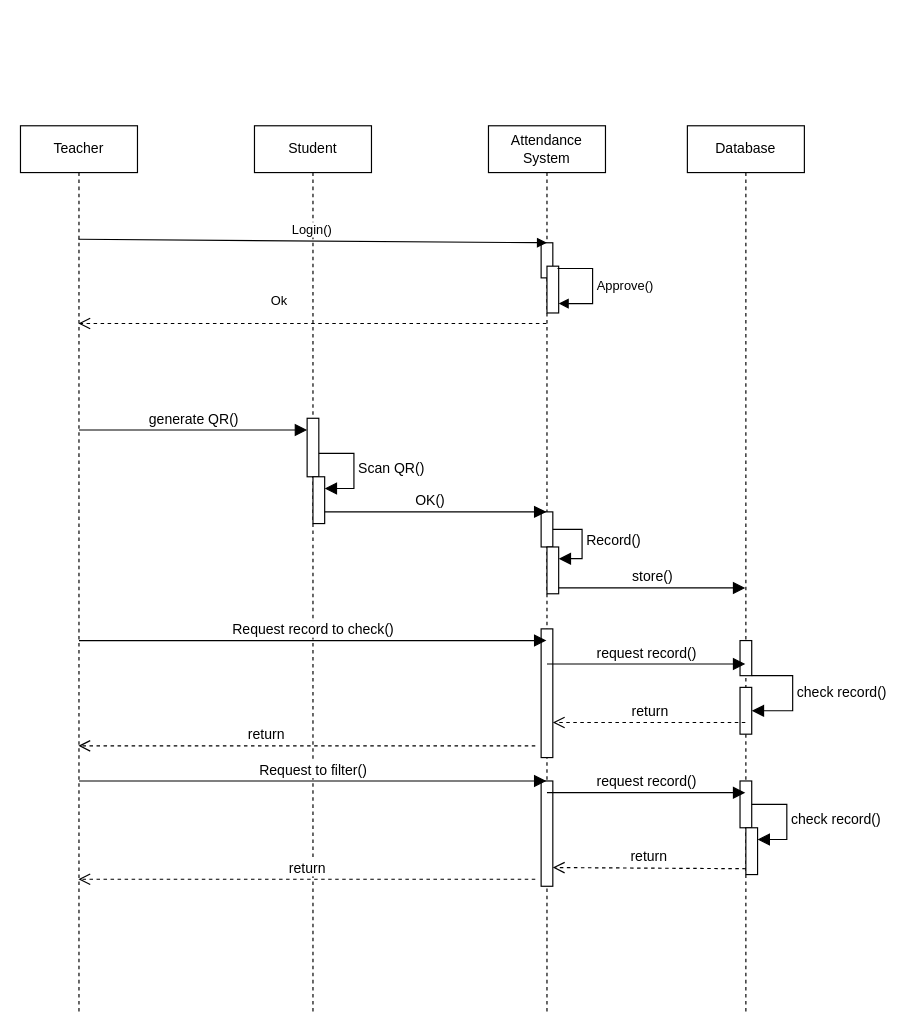
KhunMaungNgwee/InternShipProject keeps this draw.io diagram as Sequence Diagram.drawio. Above is the earlier version. Source tidied: cells renumbered, new cells numbered last; positions are measured from the earlier drawing's top-left corner, leaving out a move shared by most shapes. Both pictures are drawn from the tidied source at 117%, with x=0, y=0 at pixel (20, 125).
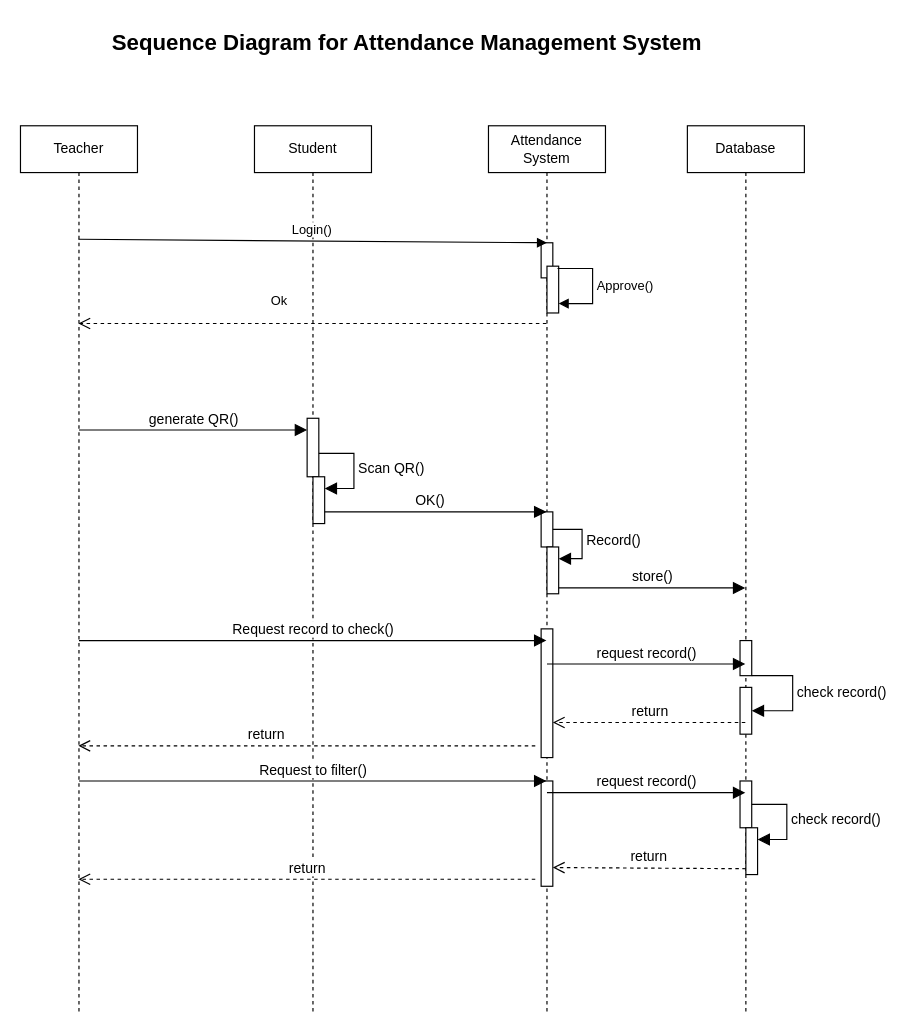
After the change.

Diff of the diagram source:
```diff
@@
+    <mxCell id="36" value="Sequence Diagram for Attendance Management System" style="text;html=1;align=center;verticalAlign=middle;strokeColor=none;fillColor=none;fontSize=19;fontStyle=1;" parent="1" vertex="1">
+      <mxGeometry x="80" y="-90" width="500" height="40" as="geometry" />
+    </mxCell>
```
